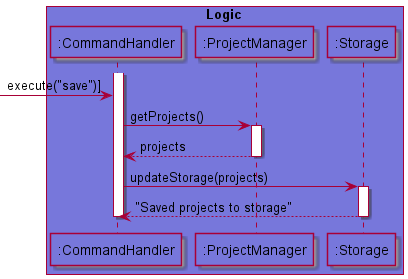
s-t-e-f/tp keeps this PlantUML diagram as docs/puml_img/Save.png. Above is the earlier version. Its diagram source:
```plantuml
@startuml
!include Style.puml

box Logic LOGIC_COLOR_T1
participant ":CommandHandler" as CommandHandler LOGIC_COLOR_T1
participant ":ProjectManager" as ProjectManager LOGIC_COLOR_T1
participant ":Storage" as Storage LOGIC_COLOR_T1
end box

activate CommandHandler
[-> CommandHandler : execute("save")]

CommandHandler -> ProjectManager : getProjects()
activate ProjectManager

ProjectManager --> CommandHandler : projects
deactivate ProjectManager

CommandHandler -> Storage :  updateStorage(projects)
activate Storage

Storage --> CommandHandler : "Saved projects to storage"
deactivate Storage
deactivate CommandHandler

@enduml
```
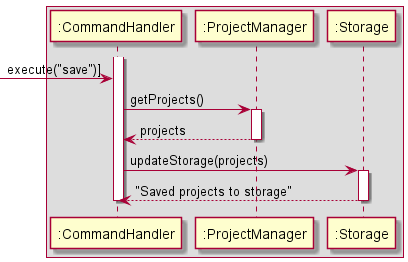
Above is the later version.

Change to the diagram source:
```diff
@@ -1,10 +1,9 @@
 @startuml
-!include Style.puml
 
-box Logic LOGIC_COLOR_T1
-participant ":CommandHandler" as CommandHandler LOGIC_COLOR_T1
-participant ":ProjectManager" as ProjectManager LOGIC_COLOR_T1
-participant ":Storage" as Storage LOGIC_COLOR_T1
+box
+participant ":CommandHandler" as CommandHandler
+participant ":ProjectManager" as ProjectManager
+participant ":Storage" as Storage
 end box
 
 activate CommandHandler
```
